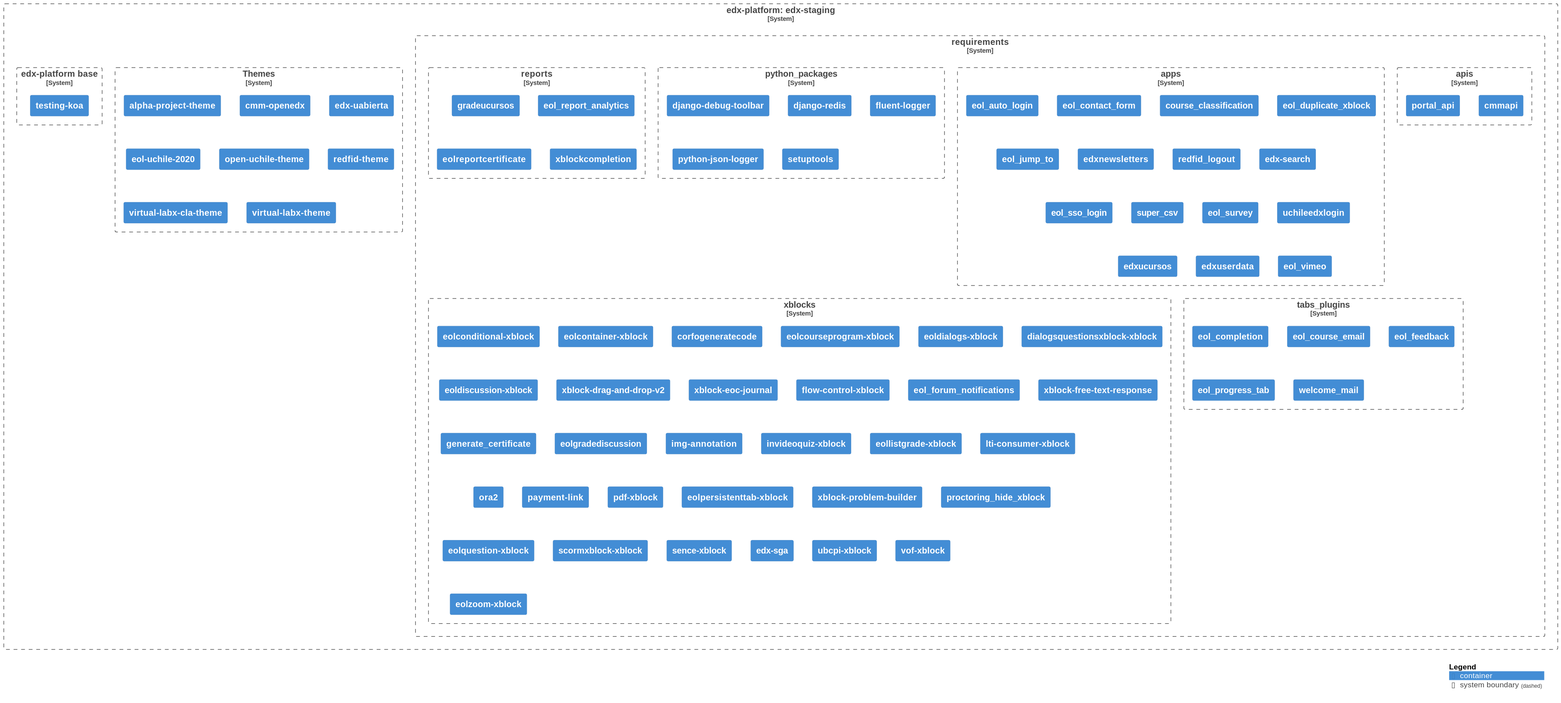
This is diagrams/diagram.svg from eol-uchile/edx-staging, a PlantUML export, as it was before one commit.
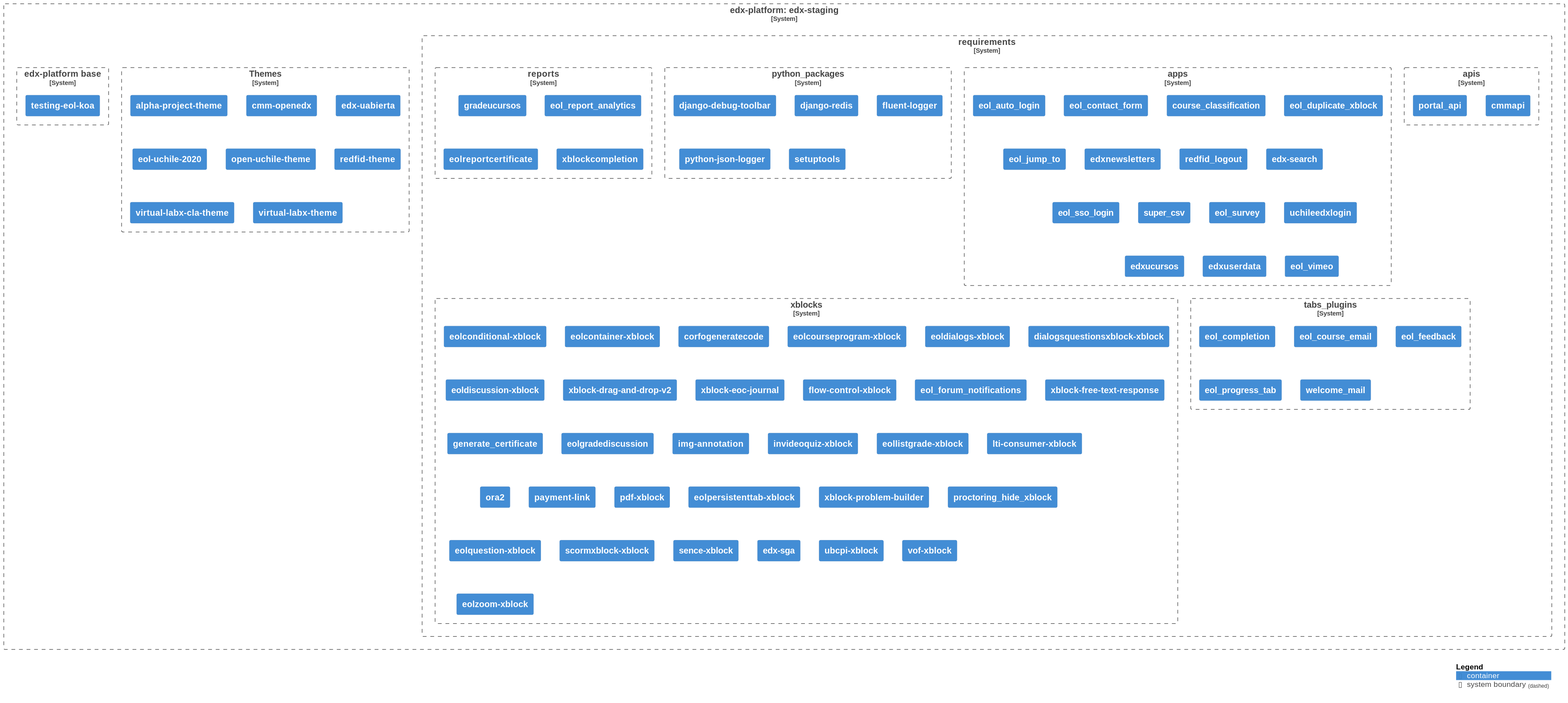
The same diagram one commit later.

Commit message:
Auto-generate UML diagram

What changed in the source:
```diff
@@ -178,7 +178,7 @@
     }
 
     System_Boundary(dockerfile, "edx-platform base", $link="https://github.com/eol-uchile/edx-staging/blob/eol-release/koa/Dockerfile") {
-            Container(dk, "testing-koa", $link="https://ghcr.io/eol-uchile/edx-platform:testing-koa")
+            Container(dk, "testing-eol-koa", $link="https://ghcr.io/eol-uchile/edx-platform:testing-eol-koa")
     }
 }
 
```
